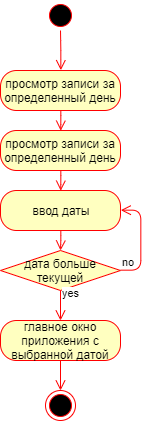
poupoupouCx/your_day keeps this draw.io diagram as Images/activity.png. Above is the earlier version. Source tidied: cells renumbered, new cells last; positions are measured from the earlier drawing's top-left corner, leaving out a move shared by most shapes.
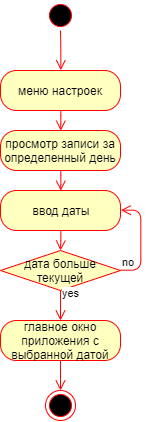
The same file after the commit.

What changed in the source:
```diff
@@ -8,7 +8,7 @@
     <mxCell id="3" style="edgeStyle=orthogonalEdgeStyle;html=1;verticalAlign=bottom;endArrow=open;endSize=8;strokeColor=#ff0000;entryX=0.5;entryY=0;entryDx=0;entryDy=0;" parent="1" edge="1" source="2" target="4">
       <mxGeometry relative="1" as="geometry" />
     </mxCell>
-    <mxCell id="4" value="просмотр записи за определенный день" style="rounded=1;whiteSpace=wrap;html=1;arcSize=40;fontColor=#000000;fillColor=#ffffc0;strokeColor=#ff0000;" parent="1" vertex="1">
+    <mxCell id="4" value="меню настроек" style="rounded=1;whiteSpace=wrap;html=1;arcSize=40;fontColor=#000000;fillColor=#ffffc0;strokeColor=#ff0000;" parent="1" vertex="1">
       <mxGeometry y="70" width="120" height="40" as="geometry" />
     </mxCell>
     <mxCell id="5" style="edgeStyle=orthogonalEdgeStyle;html=1;verticalAlign=bottom;endArrow=open;endSize=8;strokeColor=#ff0000;entryX=0.5;entryY=0;entryDx=0;entryDy=0;" parent="1" edge="1" source="4">
```
